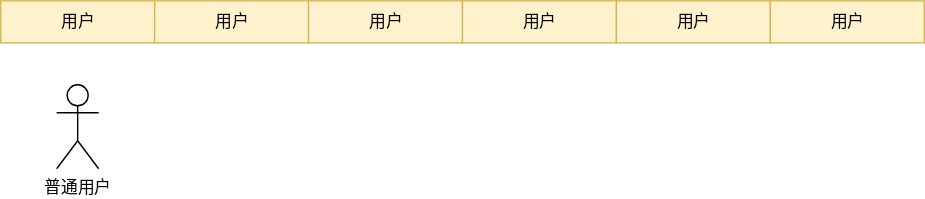
The draw.io diagram 文章浏览序列图.drawio.svg in WuShangMo/SquidGame1, before a commit. Source tidied: cells renumbered, new cells last; positions are measured from the earlier drawing's top-left corner, leaving out a move shared by most shapes. Its diagram source:
```xml
<mxGraphModel>
  <root>
    <mxCell id="0" />
    <mxCell id="1" parent="0" />
    <mxCell id="2" value="普通用户" style="shape=umlActor;verticalLabelPosition=bottom;verticalAlign=top;html=1;" parent="1" vertex="1">
      <mxGeometry x="40" y="60" width="30" height="60" as="geometry" />
    </mxCell>
    <mxCell id="3" value="用户" style="html=1;fillColor=#fff2cc;strokeColor=#d6b656;" parent="1" vertex="1">
      <mxGeometry width="110" height="30" as="geometry" />
    </mxCell>
    <mxCell id="4" value="用户" style="html=1;fillColor=#fff2cc;strokeColor=#d6b656;" parent="1" vertex="1">
      <mxGeometry x="110" width="110" height="30" as="geometry" />
    </mxCell>
    <mxCell id="5" value="用户" style="html=1;fillColor=#fff2cc;strokeColor=#d6b656;" parent="1" vertex="1">
      <mxGeometry x="220" width="110" height="30" as="geometry" />
    </mxCell>
    <mxCell id="6" value="用户" style="html=1;fillColor=#fff2cc;strokeColor=#d6b656;" parent="1" vertex="1">
      <mxGeometry x="330" width="110" height="30" as="geometry" />
    </mxCell>
    <mxCell id="7" value="用户" style="html=1;fillColor=#fff2cc;strokeColor=#d6b656;" parent="1" vertex="1">
      <mxGeometry x="440" width="110" height="30" as="geometry" />
    </mxCell>
    <mxCell id="8" value="用户" style="html=1;fillColor=#fff2cc;strokeColor=#d6b656;" parent="1" vertex="1">
      <mxGeometry x="550" width="110" height="30" as="geometry" />
    </mxCell>
  </root>
</mxGraphModel>
```
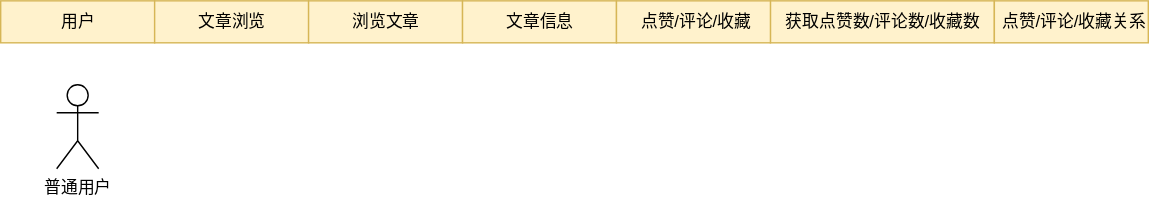
Above is the later version.

Commit message:
更新文章浏览序列图.drawio.svg

The edit, as a diff of the source:
```diff
@@ -8,20 +8,23 @@
     <mxCell id="3" value="用户" style="html=1;fillColor=#fff2cc;strokeColor=#d6b656;" parent="1" vertex="1">
       <mxGeometry width="110" height="30" as="geometry" />
     </mxCell>
-    <mxCell id="4" value="用户" style="html=1;fillColor=#fff2cc;strokeColor=#d6b656;" parent="1" vertex="1">
+    <mxCell id="4" value="文章浏览" style="html=1;fillColor=#fff2cc;strokeColor=#d6b656;" parent="1" vertex="1">
       <mxGeometry x="110" width="110" height="30" as="geometry" />
     </mxCell>
-    <mxCell id="5" value="用户" style="html=1;fillColor=#fff2cc;strokeColor=#d6b656;" parent="1" vertex="1">
+    <mxCell id="5" value="浏览文章" style="html=1;fillColor=#fff2cc;strokeColor=#d6b656;" parent="1" vertex="1">
       <mxGeometry x="220" width="110" height="30" as="geometry" />
     </mxCell>
-    <mxCell id="6" value="用户" style="html=1;fillColor=#fff2cc;strokeColor=#d6b656;" parent="1" vertex="1">
+    <mxCell id="6" value="文章信息" style="html=1;fillColor=#fff2cc;strokeColor=#d6b656;" parent="1" vertex="1">
       <mxGeometry x="330" width="110" height="30" as="geometry" />
     </mxCell>
-    <mxCell id="7" value="用户" style="html=1;fillColor=#fff2cc;strokeColor=#d6b656;" parent="1" vertex="1">
-      <mxGeometry x="440" width="110" height="30" as="geometry" />
+    <mxCell id="7" value="获取点赞数/评论数/收藏数" style="html=1;fillColor=#fff2cc;strokeColor=#d6b656;" parent="1" vertex="1">
+      <mxGeometry x="550" width="160" height="30" as="geometry" />
     </mxCell>
-    <mxCell id="8" value="用户" style="html=1;fillColor=#fff2cc;strokeColor=#d6b656;" parent="1" vertex="1">
-      <mxGeometry x="550" width="110" height="30" as="geometry" />
+    <mxCell id="8" value="&amp;nbsp;点赞/评论/收藏关系" style="html=1;fillColor=#fff2cc;strokeColor=#d6b656;" parent="1" vertex="1">
+      <mxGeometry x="710" width="110" height="30" as="geometry" />
     </mxCell>
+    <mxCell id="9" value="&amp;nbsp;点赞/评论/收藏" style="html=1;fillColor=#fff2cc;strokeColor=#d6b656;" parent="1" vertex="1">
+      <mxGeometry x="440" width="110" height="30" as="geometry" />
+    </mxCell>
   </root>
 </mxGraphModel>
```
